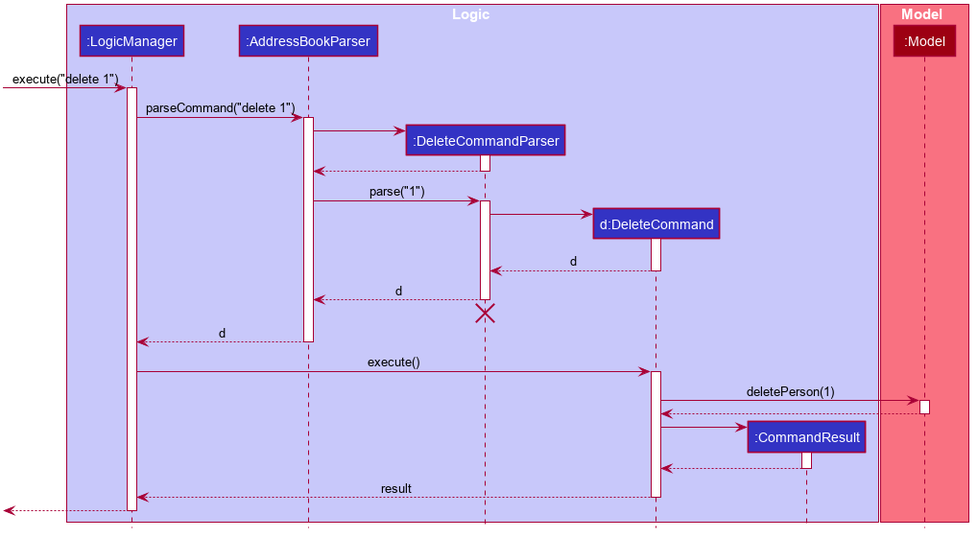
Above: docs/images/DeleteSequenceDiagram.png in nus-cs2103-AY1920S1/addressbook-level3 (PlantUML), before the change.
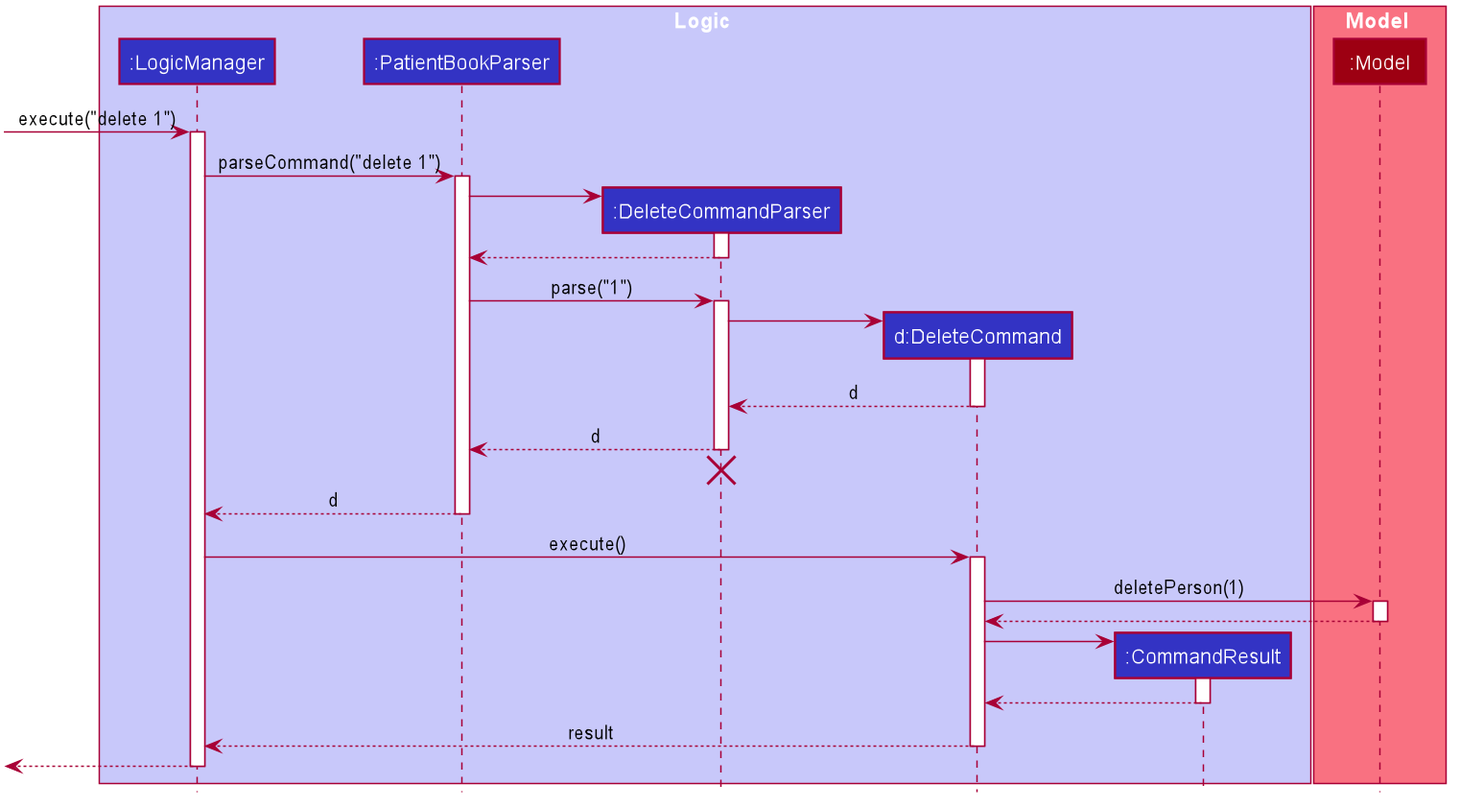
After the commit.

Change to the diagram source:
```diff
@@ -6,6 +6,8 @@
 
 
 
+
+skinparam ClassAttributeFontColor #FFFFFF
 
 skinparam BackgroundColor #FFFFFFF
 
@@ -50,7 +52,7 @@
 
 box Logic #C8C8FA
 participant ":LogicManager" as LogicManager #3333C4
-participant ":AddressBookParser" as AddressBookParser #3333C4
+participant ":PatientBookParser" as AddressBookParser #3333C4
 participant ":DeleteCommandParser" as DeleteCommandParser #3333C4
 participant "d:DeleteCommand" as DeleteCommand #3333C4
 participant ":CommandResult" as CommandResult #3333C4
```
